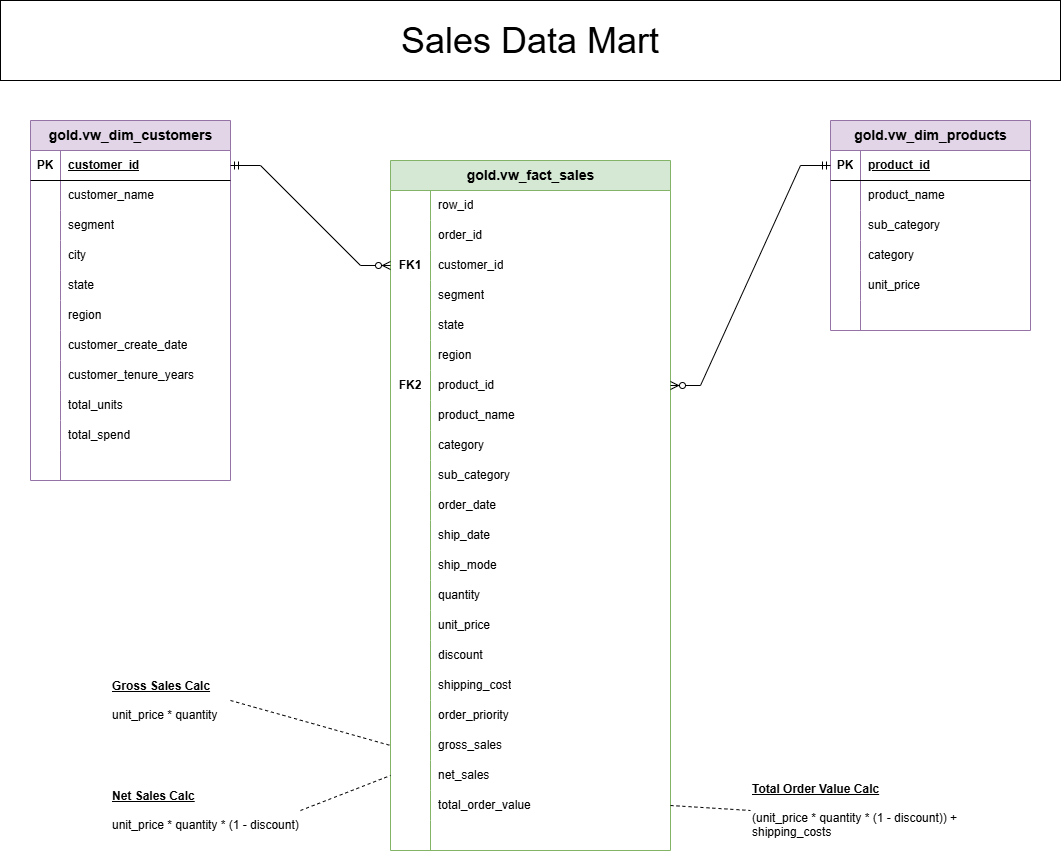
Earlier version of the draw.io export docs/data_model.png (j-a-black/RetailDW-Medallion-SQLServer). Source tidied: cells renumbered, new cells last; positions are measured from the earlier drawing's top-left corner, leaving out a move shared by most shapes.
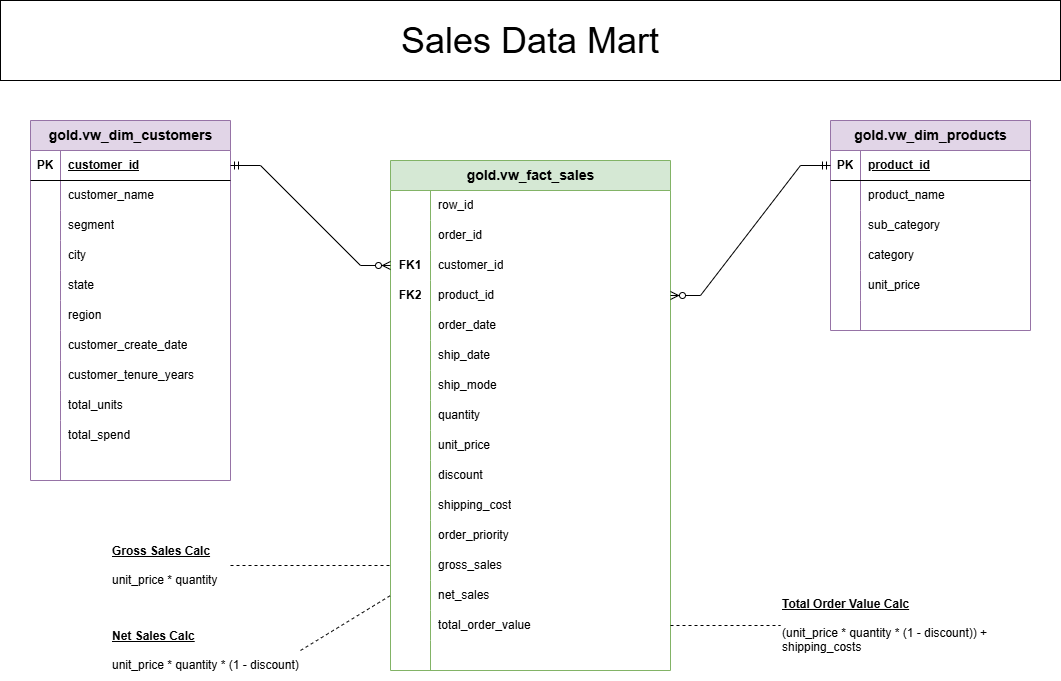
Later version of the same file.

Commit message:
removed columns from fact table and updated model diagram

The edit, as a diff of the source:
```diff
@@ -162,7 +162,7 @@
       <mxGeometry x="30" width="170" height="30" as="geometry" />
     </mxCell>
     <mxCell id="55" value="&lt;font style=&quot;font-size: 14px;&quot;&gt;gold.vw_fact_sales&lt;/font&gt;" style="shape=table;startSize=30;rowLines=0;fontStyle=1;align=center;html=1;fillColor=#d5e8d4;strokeColor=#82b366;" parent="1" vertex="1">
-      <mxGeometry x="390" y="160" width="280" height="690" as="geometry" />
+      <mxGeometry x="390" y="160" width="280" height="510" as="geometry" />
     </mxCell>
     <mxCell id="56" style="shape=tableRow;horizontal=0;startSize=0;swimlaneHead=0;swimlaneBody=0;fillColor=none;top=0;left=0;right=0;bottom=0;" parent="55" vertex="1">
       <mxGeometry y="30" width="280" height="30" as="geometry" />
@@ -191,35 +191,8 @@
     <mxCell id="64" value="customer_id" style="shape=partialRectangle;fillColor=none;top=0;left=0;bottom=0;right=0;align=left;spacingLeft=6;overflow=hidden;whiteSpace=wrap;html=1;" parent="62" vertex="1">
       <mxGeometry x="40" width="240" height="30" as="geometry" />
     </mxCell>
-    <mxCell id="65" style="shape=tableRow;horizontal=0;startSize=0;swimlaneHead=0;swimlaneBody=0;fillColor=none;top=0;left=0;right=0;bottom=0;" parent="55" vertex="1">
-      <mxGeometry y="120" width="280" height="30" as="geometry" />
-    </mxCell>
-    <mxCell id="66" style="shape=partialRectangle;fillColor=none;top=0;left=0;bottom=0;right=0;overflow=hidden;whiteSpace=wrap;html=1;" parent="65" vertex="1">
-      <mxGeometry width="40" height="30" as="geometry" />
-    </mxCell>
-    <mxCell id="67" value="segment" style="shape=partialRectangle;fillColor=none;top=0;left=0;bottom=0;right=0;align=left;spacingLeft=6;overflow=hidden;whiteSpace=wrap;html=1;" parent="65" vertex="1">
-      <mxGeometry x="40" width="240" height="30" as="geometry" />
-    </mxCell>
-    <mxCell id="68" style="shape=tableRow;horizontal=0;startSize=0;swimlaneHead=0;swimlaneBody=0;fillColor=none;top=0;left=0;right=0;bottom=0;" parent="55" vertex="1">
-      <mxGeometry y="150" width="280" height="30" as="geometry" />
-    </mxCell>
-    <mxCell id="69" style="shape=partialRectangle;fillColor=none;top=0;left=0;bottom=0;right=0;overflow=hidden;whiteSpace=wrap;html=1;" parent="68" vertex="1">
-      <mxGeometry width="40" height="30" as="geometry" />
-    </mxCell>
-    <mxCell id="70" value="state" style="shape=partialRectangle;fillColor=none;top=0;left=0;bottom=0;right=0;align=left;spacingLeft=6;overflow=hidden;whiteSpace=wrap;html=1;" parent="68" vertex="1">
-      <mxGeometry x="40" width="240" height="30" as="geometry" />
-    </mxCell>
-    <mxCell id="71" style="shape=tableRow;horizontal=0;startSize=0;swimlaneHead=0;swimlaneBody=0;fillColor=none;top=0;left=0;right=0;bottom=0;" parent="55" vertex="1">
-      <mxGeometry y="180" width="280" height="30" as="geometry" />
-    </mxCell>
-    <mxCell id="72" style="shape=partialRectangle;fillColor=none;top=0;left=0;bottom=0;right=0;overflow=hidden;whiteSpace=wrap;html=1;" parent="71" vertex="1">
-      <mxGeometry width="40" height="30" as="geometry" />
-    </mxCell>
-    <mxCell id="73" value="region" style="shape=partialRectangle;fillColor=none;top=0;left=0;bottom=0;right=0;align=left;spacingLeft=6;overflow=hidden;whiteSpace=wrap;html=1;" parent="71" vertex="1">
-      <mxGeometry x="40" width="240" height="30" as="geometry" />
-    </mxCell>
     <mxCell id="74" style="shape=tableRow;horizontal=0;startSize=0;swimlaneHead=0;swimlaneBody=0;fillColor=none;points=[[0,0.5],[1,0.5]];portConstraint=eastwest;top=0;left=0;right=0;bottom=0;" parent="55" vertex="1">
-      <mxGeometry y="210" width="280" height="30" as="geometry" />
+      <mxGeometry y="120" width="280" height="30" as="geometry" />
     </mxCell>
     <mxCell id="75" value="FK2" style="shape=partialRectangle;fillColor=none;top=0;left=0;bottom=0;right=0;overflow=hidden;whiteSpace=wrap;html=1;fontStyle=1;" parent="74" vertex="1">
       <mxGeometry width="40" height="30" as="geometry" />
@@ -227,35 +200,8 @@
     <mxCell id="76" value="product_id" style="shape=partialRectangle;fillColor=none;top=0;left=0;bottom=0;right=0;align=left;spacingLeft=6;overflow=hidden;whiteSpace=wrap;html=1;" parent="74" vertex="1">
       <mxGeometry x="40" width="240" height="30" as="geometry" />
     </mxCell>
-    <mxCell id="77" style="shape=tableRow;horizontal=0;startSize=0;swimlaneHead=0;swimlaneBody=0;fillColor=none;top=0;left=0;right=0;bottom=0;" parent="55" vertex="1">
-      <mxGeometry y="240" width="280" height="30" as="geometry" />
-    </mxCell>
-    <mxCell id="78" style="shape=partialRectangle;fillColor=none;top=0;left=0;bottom=0;right=0;overflow=hidden;whiteSpace=wrap;html=1;" parent="77" vertex="1">
-      <mxGeometry width="40" height="30" as="geometry" />
-    </mxCell>
-    <mxCell id="79" value="product_name" style="shape=partialRectangle;fillColor=none;top=0;left=0;bottom=0;right=0;align=left;spacingLeft=6;overflow=hidden;whiteSpace=wrap;html=1;" parent="77" vertex="1">
-      <mxGeometry x="40" width="240" height="30" as="geometry" />
-    </mxCell>
-    <mxCell id="80" style="shape=tableRow;horizontal=0;startSize=0;swimlaneHead=0;swimlaneBody=0;fillColor=none;top=0;left=0;right=0;bottom=0;" parent="55" vertex="1">
-      <mxGeometry y="270" width="280" height="30" as="geometry" />
-    </mxCell>
-    <mxCell id="81" style="shape=partialRectangle;fillColor=none;top=0;left=0;bottom=0;right=0;overflow=hidden;whiteSpace=wrap;html=1;" parent="80" vertex="1">
-      <mxGeometry width="40" height="30" as="geometry" />
-    </mxCell>
-    <mxCell id="82" value="category" style="shape=partialRectangle;fillColor=none;top=0;left=0;bottom=0;right=0;align=left;spacingLeft=6;overflow=hidden;whiteSpace=wrap;html=1;" parent="80" vertex="1">
-      <mxGeometry x="40" width="240" height="30" as="geometry" />
-    </mxCell>
-    <mxCell id="83" style="shape=tableRow;horizontal=0;startSize=0;swimlaneHead=0;swimlaneBody=0;fillColor=none;top=0;left=0;right=0;bottom=0;" parent="55" vertex="1">
-      <mxGeometry y="300" width="280" height="30" as="geometry" />
-    </mxCell>
-    <mxCell id="84" style="shape=partialRectangle;fillColor=none;top=0;left=0;bottom=0;right=0;overflow=hidden;whiteSpace=wrap;html=1;" parent="83" vertex="1">
-      <mxGeometry width="40" height="30" as="geometry" />
-    </mxCell>
-    <mxCell id="85" value="sub_category" style="shape=partialRectangle;fillColor=none;top=0;left=0;bottom=0;right=0;align=left;spacingLeft=6;overflow=hidden;whiteSpace=wrap;html=1;" parent="83" vertex="1">
-      <mxGeometry x="40" width="240" height="30" as="geometry" />
-    </mxCell>
     <mxCell id="86" style="shape=tableRow;horizontal=0;startSize=0;swimlaneHead=0;swimlaneBody=0;fillColor=none;top=0;left=0;right=0;bottom=0;" parent="55" vertex="1">
-      <mxGeometry y="330" width="280" height="30" as="geometry" />
+      <mxGeometry y="150" width="280" height="30" as="geometry" />
     </mxCell>
     <mxCell id="87" style="shape=partialRectangle;fillColor=none;top=0;left=0;bottom=0;right=0;overflow=hidden;whiteSpace=wrap;html=1;" parent="86" vertex="1">
       <mxGeometry width="40" height="30" as="geometry" />
@@ -264,7 +210,7 @@
       <mxGeometry x="40" width="240" height="30" as="geometry" />
     </mxCell>
     <mxCell id="89" style="shape=tableRow;horizontal=0;startSize=0;swimlaneHead=0;swimlaneBody=0;fillColor=none;top=0;left=0;right=0;bottom=0;" parent="55" vertex="1">
-      <mxGeometry y="360" width="280" height="30" as="geometry" />
+      <mxGeometry y="180" width="280" height="30" as="geometry" />
     </mxCell>
     <mxCell id="90" style="shape=partialRectangle;fillColor=none;top=0;left=0;bottom=0;right=0;overflow=hidden;whiteSpace=wrap;html=1;" parent="89" vertex="1">
       <mxGeometry width="40" height="30" as="geometry" />
@@ -273,7 +219,7 @@
       <mxGeometry x="40" width="240" height="30" as="geometry" />
     </mxCell>
     <mxCell id="92" style="shape=tableRow;horizontal=0;startSize=0;swimlaneHead=0;swimlaneBody=0;fillColor=none;top=0;left=0;right=0;bottom=0;" parent="55" vertex="1">
-      <mxGeometry y="390" width="280" height="30" as="geometry" />
+      <mxGeometry y="210" width="280" height="30" as="geometry" />
     </mxCell>
     <mxCell id="93" style="shape=partialRectangle;fillColor=none;top=0;left=0;bottom=0;right=0;overflow=hidden;whiteSpace=wrap;html=1;" parent="92" vertex="1">
       <mxGeometry width="40" height="30" as="geometry" />
@@ -282,7 +228,7 @@
       <mxGeometry x="40" width="240" height="30" as="geometry" />
     </mxCell>
     <mxCell id="95" style="shape=tableRow;horizontal=0;startSize=0;swimlaneHead=0;swimlaneBody=0;fillColor=none;top=0;left=0;right=0;bottom=0;" parent="55" vertex="1">
-      <mxGeometry y="420" width="280" height="30" as="geometry" />
+      <mxGeometry y="240" width="280" height="30" as="geometry" />
     </mxCell>
     <mxCell id="96" style="shape=partialRectangle;fillColor=none;top=0;left=0;bottom=0;right=0;overflow=hidden;whiteSpace=wrap;html=1;" parent="95" vertex="1">
       <mxGeometry width="40" height="30" as="geometry" />
@@ -291,7 +237,7 @@
       <mxGeometry x="40" width="240" height="30" as="geometry" />
     </mxCell>
     <mxCell id="98" style="shape=tableRow;horizontal=0;startSize=0;swimlaneHead=0;swimlaneBody=0;fillColor=none;top=0;left=0;right=0;bottom=0;" parent="55" vertex="1">
-      <mxGeometry y="450" width="280" height="30" as="geometry" />
+      <mxGeometry y="270" width="280" height="30" as="geometry" />
     </mxCell>
     <mxCell id="99" style="shape=partialRectangle;fillColor=none;top=0;left=0;bottom=0;right=0;overflow=hidden;whiteSpace=wrap;html=1;" parent="98" vertex="1">
       <mxGeometry width="40" height="30" as="geometry" />
@@ -300,7 +246,7 @@
       <mxGeometry x="40" width="240" height="30" as="geometry" />
     </mxCell>
     <mxCell id="101" style="shape=tableRow;horizontal=0;startSize=0;swimlaneHead=0;swimlaneBody=0;fillColor=none;top=0;left=0;right=0;bottom=0;" parent="55" vertex="1">
-      <mxGeometry y="480" width="280" height="30" as="geometry" />
+      <mxGeometry y="300" width="280" height="30" as="geometry" />
     </mxCell>
     <mxCell id="102" style="shape=partialRectangle;fillColor=none;top=0;left=0;bottom=0;right=0;overflow=hidden;whiteSpace=wrap;html=1;" parent="101" vertex="1">
       <mxGeometry width="40" height="30" as="geometry" />
@@ -309,7 +255,7 @@
       <mxGeometry x="40" width="240" height="30" as="geometry" />
     </mxCell>
     <mxCell id="104" style="shape=tableRow;horizontal=0;startSize=0;swimlaneHead=0;swimlaneBody=0;fillColor=none;top=0;left=0;right=0;bottom=0;" parent="55" vertex="1">
-      <mxGeometry y="510" width="280" height="30" as="geometry" />
+      <mxGeometry y="330" width="280" height="30" as="geometry" />
     </mxCell>
     <mxCell id="105" style="shape=partialRectangle;fillColor=none;top=0;left=0;bottom=0;right=0;overflow=hidden;whiteSpace=wrap;html=1;" parent="104" vertex="1">
       <mxGeometry width="40" height="30" as="geometry" />
@@ -318,7 +264,7 @@
       <mxGeometry x="40" width="240" height="30" as="geometry" />
     </mxCell>
     <mxCell id="107" style="shape=tableRow;horizontal=0;startSize=0;swimlaneHead=0;swimlaneBody=0;fillColor=none;top=0;left=0;right=0;bottom=0;" parent="55" vertex="1">
-      <mxGeometry y="540" width="280" height="30" as="geometry" />
+      <mxGeometry y="360" width="280" height="30" as="geometry" />
     </mxCell>
     <mxCell id="108" style="shape=partialRectangle;fillColor=none;top=0;left=0;bottom=0;right=0;overflow=hidden;whiteSpace=wrap;html=1;" parent="107" vertex="1">
       <mxGeometry width="40" height="30" as="geometry" />
@@ -327,7 +273,7 @@
       <mxGeometry x="40" width="240" height="30" as="geometry" />
     </mxCell>
     <mxCell id="110" style="shape=tableRow;horizontal=0;startSize=0;swimlaneHead=0;swimlaneBody=0;fillColor=none;points=[[0,0.5],[1,0.5]];portConstraint=eastwest;top=0;left=0;right=0;bottom=0;" parent="55" vertex="1">
-      <mxGeometry y="570" width="280" height="30" as="geometry" />
+      <mxGeometry y="390" width="280" height="30" as="geometry" />
     </mxCell>
     <mxCell id="111" style="shape=partialRectangle;fillColor=none;top=0;left=0;bottom=0;right=0;overflow=hidden;whiteSpace=wrap;html=1;" parent="110" vertex="1">
       <mxGeometry width="40" height="30" as="geometry" />
@@ -336,7 +282,7 @@
       <mxGeometry x="40" width="240" height="30" as="geometry" />
     </mxCell>
     <mxCell id="113" style="shape=tableRow;horizontal=0;startSize=0;swimlaneHead=0;swimlaneBody=0;fillColor=none;points=[[0,0.5],[1,0.5]];portConstraint=eastwest;top=0;left=0;right=0;bottom=0;" parent="55" vertex="1">
-      <mxGeometry y="600" width="280" height="30" as="geometry" />
+      <mxGeometry y="420" width="280" height="30" as="geometry" />
     </mxCell>
     <mxCell id="114" style="shape=partialRectangle;fillColor=none;top=0;left=0;bottom=0;right=0;overflow=hidden;whiteSpace=wrap;html=1;" parent="113" vertex="1">
       <mxGeometry width="40" height="30" as="geometry" />
@@ -345,7 +291,7 @@
       <mxGeometry x="40" width="240" height="30" as="geometry" />
     </mxCell>
     <mxCell id="116" style="shape=tableRow;horizontal=0;startSize=0;swimlaneHead=0;swimlaneBody=0;fillColor=none;points=[[0,0.5],[1,0.5]];portConstraint=eastwest;top=0;left=0;right=0;bottom=0;" parent="55" vertex="1">
-      <mxGeometry y="630" width="280" height="30" as="geometry" />
+      <mxGeometry y="450" width="280" height="30" as="geometry" />
     </mxCell>
     <mxCell id="117" style="shape=partialRectangle;fillColor=none;top=0;left=0;bottom=0;right=0;overflow=hidden;whiteSpace=wrap;html=1;" parent="116" vertex="1">
       <mxGeometry width="40" height="30" as="geometry" />
@@ -354,7 +300,7 @@
       <mxGeometry x="40" width="240" height="30" as="geometry" />
     </mxCell>
     <mxCell id="119" style="shape=tableRow;horizontal=0;startSize=0;swimlaneHead=0;swimlaneBody=0;fillColor=none;top=0;left=0;right=0;bottom=0;" parent="55" vertex="1">
-      <mxGeometry y="660" width="280" height="30" as="geometry" />
+      <mxGeometry y="480" width="280" height="30" as="geometry" />
     </mxCell>
     <mxCell id="120" style="shape=partialRectangle;fillColor=none;top=0;left=0;bottom=0;right=0;overflow=hidden;whiteSpace=wrap;html=1;" parent="119" vertex="1">
       <mxGeometry width="40" height="30" as="geometry" />
@@ -376,13 +322,13 @@
       <mxGeometry width="1060" height="80" as="geometry" />
     </mxCell>
     <mxCell id="125" value="&lt;b&gt;&lt;u&gt;&lt;font&gt;Gross Sales Calc&lt;/font&gt;&lt;/u&gt;&lt;/b&gt;&lt;div&gt;&lt;br&gt;&lt;/div&gt;&lt;div&gt;unit_price * quantity&lt;/div&gt;" style="text;html=1;align=left;verticalAlign=middle;whiteSpace=wrap;rounded=0;" parent="1" vertex="1">
-      <mxGeometry x="110" y="670" width="120" height="60" as="geometry" />
+      <mxGeometry x="110" y="535" width="120" height="60" as="geometry" />
     </mxCell>
     <mxCell id="126" value="&lt;b&gt;&lt;u&gt;&lt;font&gt;Net Sales Calc&lt;/font&gt;&lt;/u&gt;&lt;/b&gt;&lt;div&gt;&lt;br&gt;&lt;/div&gt;&lt;div&gt;unit_price * quantity * (1 - discount)&lt;/div&gt;" style="text;html=1;align=left;verticalAlign=middle;whiteSpace=wrap;rounded=0;" parent="1" vertex="1">
-      <mxGeometry x="110" y="780" width="190" height="60" as="geometry" />
+      <mxGeometry x="110" y="620" width="190" height="60" as="geometry" />
     </mxCell>
     <mxCell id="127" value="&lt;b&gt;&lt;u&gt;&lt;font&gt;Total Order Value Calc&lt;/font&gt;&lt;/u&gt;&lt;/b&gt;&lt;div&gt;&lt;br&gt;&lt;/div&gt;&lt;div&gt;(unit_price * quantity * (1 - discount)) + shipping_costs&lt;/div&gt;" style="text;html=1;align=left;verticalAlign=middle;whiteSpace=wrap;rounded=0;" parent="1" vertex="1">
-      <mxGeometry x="750" y="780" width="230" height="60" as="geometry" />
+      <mxGeometry x="780" y="595" width="230" height="60" as="geometry" />
     </mxCell>
     <mxCell id="128" style="endArrow=none;dashed=1;html=1;rounded=0;exitX=1;exitY=0.5;exitDx=0;exitDy=0;entryX=0;entryY=0.5;entryDx=0;entryDy=0;" parent="1" edge="1" source="125" target="110">
       <mxGeometry relative="1" as="geometry" />
```
